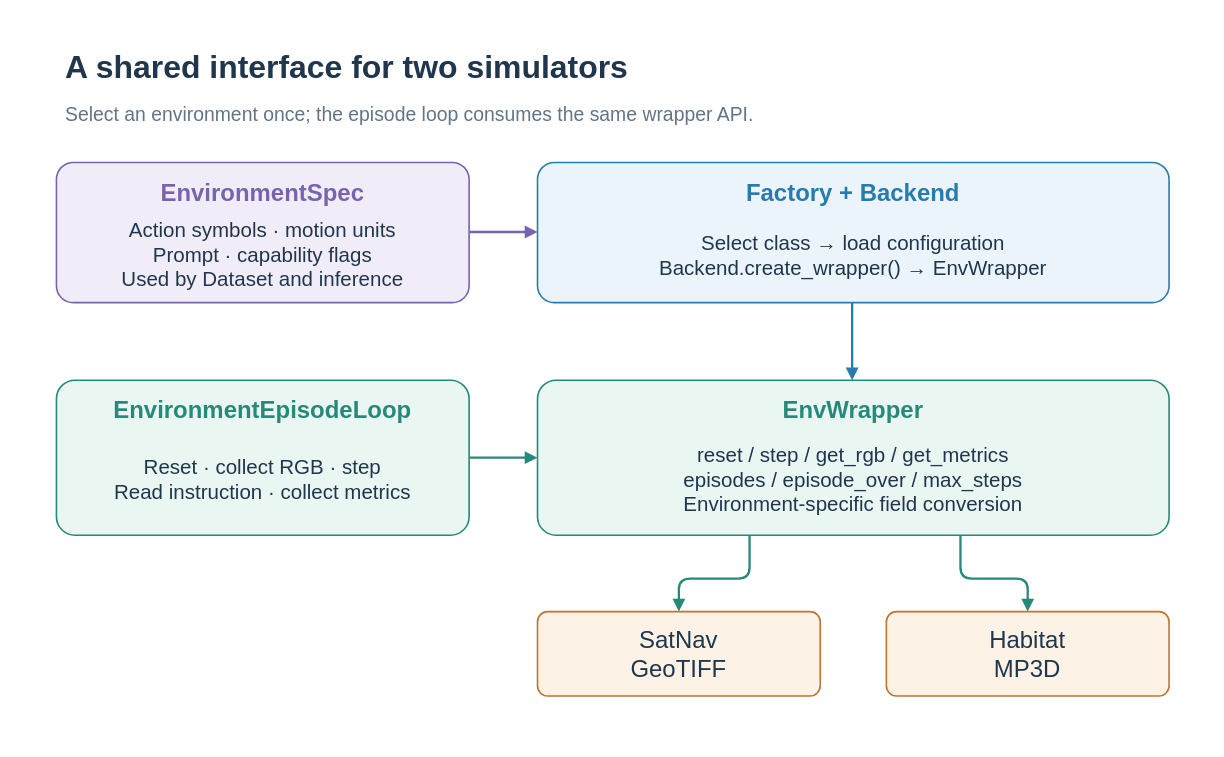
Earlier version of the draw.io diagram docs/assets/workflows/backend-layers.en-US.drawio (Eku127/SwiftVLN). Source tidied: cells renumbered, new cells numbered last; positions are measured from the earlier drawing's top-left corner, leaving out a move shared by most shapes. Both pictures are drawn from the tidied source at 114%, with x=0, y=0 at pixel (19, 19).
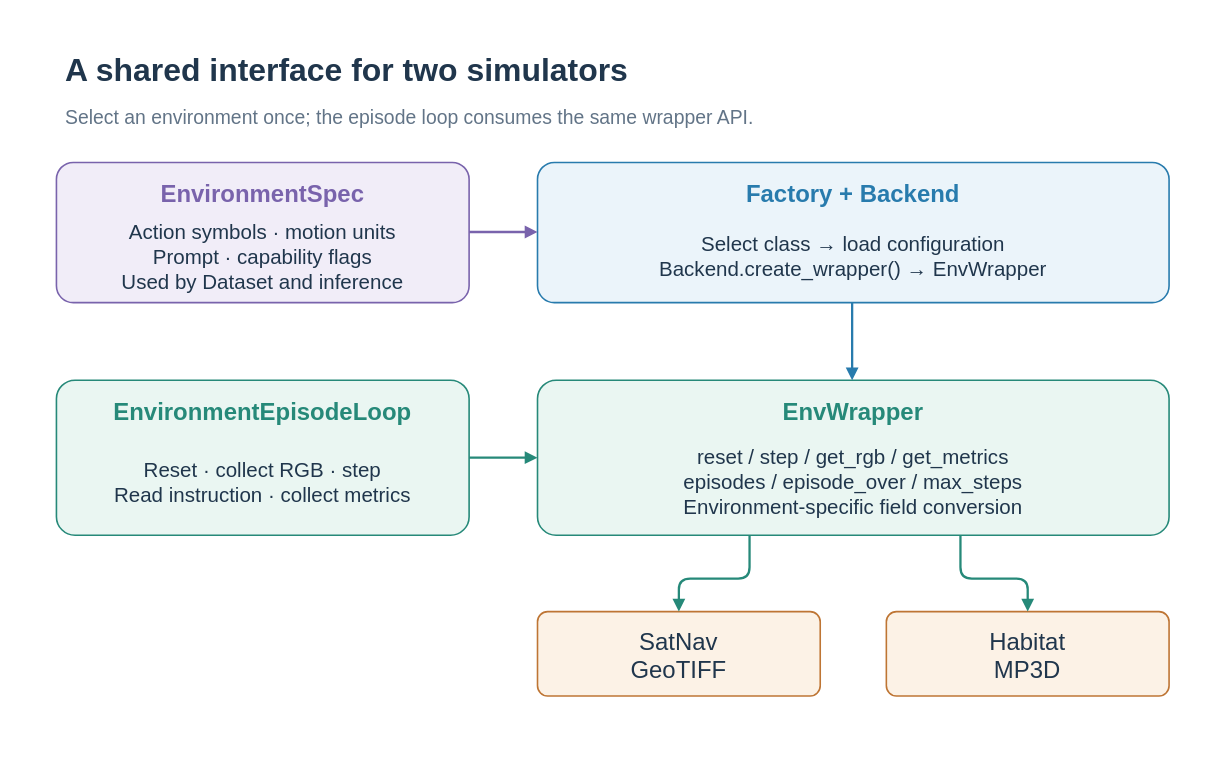
The same page after the edit.

Diff of the diagram source:
```diff
@@
-    <mxCell id="2" style="rounded=0;arcSize=12;whiteSpace=wrap;html=0;fillColor=#FFFFFF;strokeColor=none;strokeWidth=1.4;fontColor=#20364C;fontFamily=Arial;fontSize=19;fontStyle=0;align=center;verticalAlign=middle;spacing=8;" parent="1" vertex="1">
+    <mxCell id="2" style="rounded=0;arcSize=12;whiteSpace=nowrap;html=0;fillColor=#FFFFFF;strokeColor=none;strokeWidth=1.4;fontColor=#20364C;fontFamily=Arial;fontSize=19;fontStyle=0;align=center;verticalAlign=middle;spacing=8;" parent="1" vertex="1">
       <mxGeometry width="1040" height="630" as="geometry" />
     </mxCell>
-    <mxCell id="3" value="A shared interface for two simulators" style="rounded=0;arcSize=12;whiteSpace=wrap;html=0;fillColor=none;strokeColor=none;strokeWidth=1.4;fontColor=#20364C;fontFamily=Arial;fontSize=28;fontStyle=1;align=left;verticalAlign=middle;spacing=8;" parent="1" vertex="1">
+    <mxCell id="3" value="A shared interface for two simulators" style="rounded=0;arcSize=12;whiteSpace=nowrap;html=0;fillColor=none;strokeColor=none;strokeWidth=1.4;fontColor=#20364C;fontFamily=Arial;fontSize=28;fontStyle=1;align=left;verticalAlign=middle;spacing=8;" parent="1" vertex="1">
       <mxGeometry x="32" y="22" width="970" height="38" as="geometry" />
     </mxCell>
-    <mxCell id="4" value="Select an environment once; the episode loop consumes the same wrapper API." style="rounded=0;arcSize=12;whiteSpace=wrap;html=0;fillColor=none;strokeColor=none;strokeWidth=1.4;fontColor=#627487;fontFamily=Arial;fontSize=17;fontStyle=0;align=left;verticalAlign=middle;spacing=8;" parent="1" vertex="1">
+    <mxCell id="4" value="Select an environment once; the episode loop consumes the same wrapper API." style="rounded=0;arcSize=12;whiteSpace=nowrap;html=0;fillColor=none;strokeColor=none;strokeWidth=1.4;fontColor=#627487;fontFamily=Arial;fontSize=17;fontStyle=0;align=left;verticalAlign=middle;spacing=8;" parent="1" vertex="1">
       <mxGeometry x="32" y="67" width="970" height="34" as="geometry" />
     </mxCell>
-    <mxCell id="5" style="rounded=1;arcSize=12;whiteSpace=wrap;html=0;fillColor=#F1EDF8;strokeColor=#7963AC;strokeWidth=1.4;fontColor=#20364C;fontFamily=Arial;fontSize=19;fontStyle=0;align=center;verticalAlign=middle;spacing=8;" parent="1" vertex="1">
+    <mxCell id="5" style="rounded=1;arcSize=12;whiteSpace=nowrap;html=0;fillColor=#F1EDF8;strokeColor=#7963AC;strokeWidth=1.4;fontColor=#20364C;fontFamily=Arial;fontSize=19;fontStyle=0;align=center;verticalAlign=middle;spacing=8;" parent="1" vertex="1">
       <mxGeometry x="32" y="125" width="362" height="123" as="geometry" />
     </mxCell>
-    <mxCell id="6" value="EnvironmentSpec" style="rounded=0;arcSize=12;whiteSpace=wrap;html=0;fillColor=none;strokeColor=none;strokeWidth=1.4;fontColor=#7963AC;fontFamily=Arial;fontSize=21;fontStyle=1;align=center;verticalAlign=middle;spacing=8;" parent="1" vertex="1">
+    <mxCell id="6" value="EnvironmentSpec" style="rounded=0;arcSize=12;whiteSpace=nowrap;html=0;fillColor=none;strokeColor=none;strokeWidth=1.4;fontColor=#7963AC;fontFamily=Arial;fontSize=21;fontStyle=1;align=center;verticalAlign=middle;spacing=8;" parent="1" vertex="1">
       <mxGeometry x="42" y="135" width="342" height="32" as="geometry" />
     </mxCell>
-    <mxCell id="7" value="Action symbols · motion units&#10;Prompt · capability flags&#10;Used by Dataset and inference" style="rounded=0;arcSize=12;whiteSpace=wrap;html=0;fillColor=none;strokeColor=none;strokeWidth=1.4;fontColor=#20364C;fontFamily=Arial;fontSize=18;fontStyle=0;align=center;verticalAlign=middle;spacing=8;" parent="1" vertex="1">
+    <mxCell id="7" value="Action symbols · motion units&#10;Prompt · capability flags&#10;Used by Dataset and inference" style="rounded=0;arcSize=12;whiteSpace=nowrap;html=0;fillColor=none;strokeColor=none;strokeWidth=1.4;fontColor=#20364C;fontFamily=Arial;fontSize=18;fontStyle=0;align=center;verticalAlign=middle;spacing=8;" parent="1" vertex="1">
       <mxGeometry x="42" y="171" width="342" height="71" as="geometry" />
     </mxCell>
-    <mxCell id="8" style="rounded=1;arcSize=12;whiteSpace=wrap;html=0;fillColor=#EBF4FA;strokeColor=#287BAD;strokeWidth=1.4;fontColor=#20364C;fontFamily=Arial;fontSize=19;fontStyle=0;align=center;verticalAlign=middle;spacing=8;" parent="1" vertex="1">
+    <mxCell id="8" style="rounded=1;arcSize=12;whiteSpace=nowrap;html=0;fillColor=#EBF4FA;strokeColor=#287BAD;strokeWidth=1.4;fontColor=#20364C;fontFamily=Arial;fontSize=19;fontStyle=0;align=center;verticalAlign=middle;spacing=8;" parent="1" vertex="1">
       <mxGeometry x="454" y="125" width="554" height="123" as="geometry" />
     </mxCell>
-    <mxCell id="9" value="Factory + Backend" style="rounded=0;arcSize=12;whiteSpace=wrap;html=0;fillColor=none;strokeColor=none;strokeWidth=1.4;fontColor=#287BAD;fontFamily=Arial;fontSize=21;fontStyle=1;align=center;verticalAlign=middle;spacing=8;" parent="1" vertex="1">
+    <mxCell id="9" value="Factory + Backend" style="rounded=0;arcSize=12;whiteSpace=nowrap;html=0;fillColor=none;strokeColor=none;strokeWidth=1.4;fontColor=#287BAD;fontFamily=Arial;fontSize=21;fontStyle=1;align=center;verticalAlign=middle;spacing=8;" parent="1" vertex="1">
       <mxGeometry x="464" y="135" width="534" height="32" as="geometry" />
     </mxCell>
-    <mxCell id="10" value="Select class → load configuration&#10;Backend.create_wrapper() → EnvWrapper" style="rounded=0;arcSize=12;whiteSpace=wrap;html=0;fillColor=none;strokeColor=none;strokeWidth=1.4;fontColor=#20364C;fontFamily=Arial;fontSize=18;fontStyle=0;align=center;verticalAlign=middle;spacing=8;" parent="1" vertex="1">
+    <mxCell id="10" value="Select class → load configuration&#10;Backend.create_wrapper() → EnvWrapper" style="rounded=0;arcSize=12;whiteSpace=nowrap;html=0;fillColor=none;strokeColor=none;strokeWidth=1.4;fontColor=#20364C;fontFamily=Arial;fontSize=18;fontStyle=0;align=center;verticalAlign=middle;spacing=8;" parent="1" vertex="1">
       <mxGeometry x="464" y="171" width="534" height="71" as="geometry" />
     </mxCell>
@@
-    <mxCell id="12" style="rounded=1;arcSize=12;whiteSpace=wrap;html=0;fillColor=#EAF6F2;strokeColor=#268979;strokeWidth=1.4;fontColor=#20364C;fontFamily=Arial;fontSize=19;fontStyle=0;align=center;verticalAlign=middle;spacing=8;" parent="1" vertex="1">
+    <mxCell id="12" style="rounded=1;arcSize=12;whiteSpace=nowrap;html=0;fillColor=#EAF6F2;strokeColor=#268979;strokeWidth=1.4;fontColor=#20364C;fontFamily=Arial;fontSize=19;fontStyle=0;align=center;verticalAlign=middle;spacing=8;" parent="1" vertex="1">
       <mxGeometry x="32" y="316" width="362" height="136" as="geometry" />
     </mxCell>
-    <mxCell id="13" value="EnvironmentEpisodeLoop" style="rounded=0;arcSize=12;whiteSpace=wrap;html=0;fillColor=none;strokeColor=none;strokeWidth=1.4;fontColor=#268979;fontFamily=Arial;fontSize=21;fontStyle=1;align=center;verticalAlign=middle;spacing=8;" parent="1" vertex="1">
+    <mxCell id="13" value="EnvironmentEpisodeLoop" style="rounded=0;arcSize=12;whiteSpace=nowrap;html=0;fillColor=none;strokeColor=none;strokeWidth=1.4;fontColor=#268979;fontFamily=Arial;fontSize=21;fontStyle=1;align=center;verticalAlign=middle;spacing=8;" parent="1" vertex="1">
       <mxGeometry x="42" y="326" width="342" height="32" as="geometry" />
     </mxCell>
-    <mxCell id="14" value="Reset · collect RGB · step&#10;Read instruction · collect metrics" style="rounded=0;arcSize=12;whiteSpace=wrap;html=0;fillColor=none;strokeColor=none;strokeWidth=1.4;fontColor=#20364C;fontFamily=Arial;fontSize=18;fontStyle=0;align=center;verticalAlign=middle;spacing=8;" parent="1" vertex="1">
+    <mxCell id="14" value="Reset · collect RGB · step&#10;Read instruction · collect metrics" style="rounded=0;arcSize=12;whiteSpace=nowrap;html=0;fillColor=none;strokeColor=none;strokeWidth=1.4;fontColor=#20364C;fontFamily=Arial;fontSize=18;fontStyle=0;align=center;verticalAlign=middle;spacing=8;" parent="1" vertex="1">
       <mxGeometry x="42" y="362" width="342" height="84" as="geometry" />
     </mxCell>
-    <mxCell id="15" style="rounded=1;arcSize=12;whiteSpace=wrap;html=0;fillColor=#EAF6F2;strokeColor=#268979;strokeWidth=1.4;fontColor=#20364C;fontFamily=Arial;fontSize=19;fontStyle=0;align=center;verticalAlign=middle;spacing=8;" parent="1" vertex="1">
+    <mxCell id="15" style="rounded=1;arcSize=12;whiteSpace=nowrap;html=0;fillColor=#EAF6F2;strokeColor=#268979;strokeWidth=1.4;fontColor=#20364C;fontFamily=Arial;fontSize=19;fontStyle=0;align=center;verticalAlign=middle;spacing=8;" parent="1" vertex="1">
       <mxGeometry x="454" y="316" width="554" height="136" as="geometry" />
     </mxCell>
-    <mxCell id="16" value="EnvWrapper" style="rounded=0;arcSize=12;whiteSpace=wrap;html=0;fillColor=none;strokeColor=none;strokeWidth=1.4;fontColor=#268979;fontFamily=Arial;fontSize=21;fontStyle=1;align=center;verticalAlign=middle;spacing=8;" parent="1" vertex="1">
+    <mxCell id="16" value="EnvWrapper" style="rounded=0;arcSize=12;whiteSpace=nowrap;html=0;fillColor=none;strokeColor=none;strokeWidth=1.4;fontColor=#268979;fontFamily=Arial;fontSize=21;fontStyle=1;align=center;verticalAlign=middle;spacing=8;" parent="1" vertex="1">
       <mxGeometry x="464" y="326" width="534" height="32" as="geometry" />
     </mxCell>
-    <mxCell id="17" value="reset / step / get_rgb / get_metrics&#10;episodes / episode_over / max_steps&#10;Environment-specific field conversion" style="rounded=0;arcSize=12;whiteSpace=wrap;html=0;fillColor=none;strokeColor=none;strokeWidth=1.4;fontColor=#20364C;fontFamily=Arial;fontSize=18;fontStyle=0;align=center;verticalAlign=middle;spacing=8;" parent="1" vertex="1">
+    <mxCell id="17" value="reset / step / get_rgb / get_metrics&#10;episodes / episode_over / max_steps&#10;Environment-specific field conversion" style="rounded=0;arcSize=12;whiteSpace=nowrap;html=0;fillColor=none;strokeColor=none;strokeWidth=1.4;fontColor=#20364C;fontFamily=Arial;fontSize=18;fontStyle=0;align=center;verticalAlign=middle;spacing=8;" parent="1" vertex="1">
       <mxGeometry x="464" y="362" width="534" height="84" as="geometry" />
     </mxCell>
@@
-    <mxCell id="20" value="SatNav&#10;GeoTIFF" style="rounded=1;arcSize=12;whiteSpace=wrap;html=0;fillColor=#FCF2E6;strokeColor=#BE7534;strokeWidth=1.4;fontColor=#20364C;fontFamily=Arial;fontSize=21;fontStyle=0;align=center;verticalAlign=middle;spacing=8;" parent="1" vertex="1">
+    <mxCell id="20" value="SatNav&#10;GeoTIFF" style="rounded=1;arcSize=12;whiteSpace=nowrap;html=0;fillColor=#FCF2E6;strokeColor=#BE7534;strokeWidth=1.4;fontColor=#20364C;fontFamily=Arial;fontSize=21;fontStyle=0;align=center;verticalAlign=middle;spacing=8;" parent="1" vertex="1">
       <mxGeometry x="454" y="519" width="248" height="74" as="geometry" />
     </mxCell>
-    <mxCell id="21" value="Habitat&#10;MP3D" style="rounded=1;arcSize=12;whiteSpace=wrap;html=0;fillColor=#FCF2E6;strokeColor=#BE7534;strokeWidth=1.4;fontColor=#20364C;fontFamily=Arial;fontSize=21;fontStyle=0;align=center;verticalAlign=middle;spacing=8;" parent="1" vertex="1">
+    <mxCell id="21" value="Habitat&#10;MP3D" style="rounded=1;arcSize=12;whiteSpace=nowrap;html=0;fillColor=#FCF2E6;strokeColor=#BE7534;strokeWidth=1.4;fontColor=#20364C;fontFamily=Arial;fontSize=21;fontStyle=0;align=center;verticalAlign=middle;spacing=8;" parent="1" vertex="1">
       <mxGeometry x="760" y="519" width="248" height="74" as="geometry" />
     </mxCell>
```
